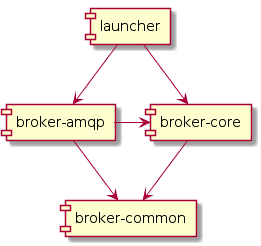
Earlier version of the PlantUML export docs/images/module-relation.png (wso2-attic/ballerina-message-broker).
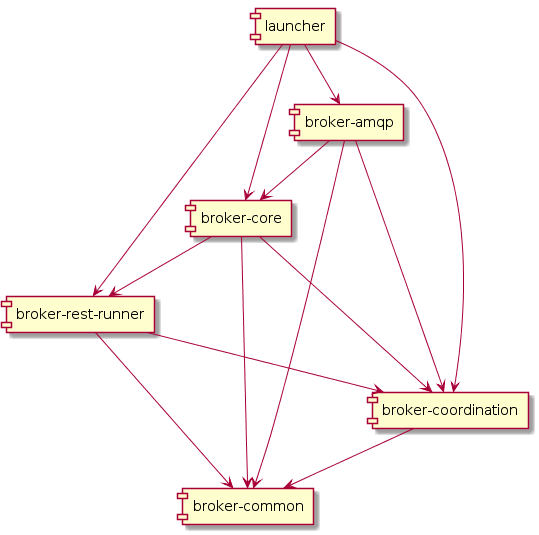
After the commit.

The edit, as a diff of the source:
```diff
@@ -1,7 +1,15 @@
 @startuml
+[broker-coordination] --> [broker-common]
 [broker-core] --> [broker-common]
-[broker-amqp] -> [broker-common]
-[broker-amqp] -> [broker-core]
+[broker-core] --> [broker-coordination]
+[broker-core] --> [broker-rest-runner]
+[broker-rest-runner] --> [broker-common]
+[broker-rest-runner] --> [broker-coordination]
+[broker-amqp] --> [broker-common]
+[broker-amqp] --> [broker-coordination]
+[broker-amqp] --> [broker-core]
 [launcher] --> [broker-amqp]
 [launcher] --> [broker-core]
+[launcher] --> [broker-coordination]
+[launcher] --> [broker-rest-runner]
 @enduml
```
